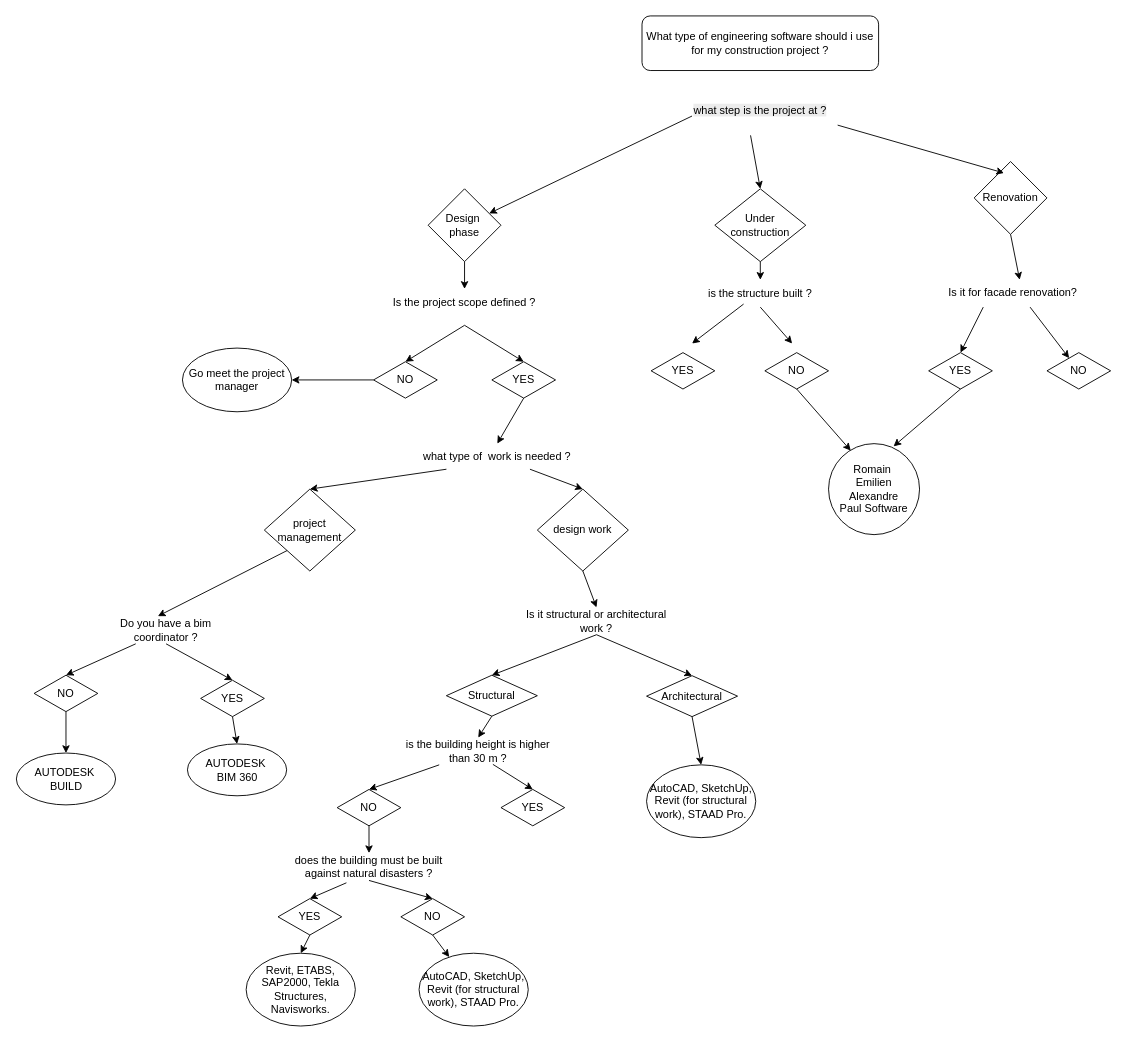
Before: Diagramme sans nom.drawio in alexandreb49/english_project, a draw.io diagram. Source tidied: cells renumbered, new cells numbered last; positions are measured from the earlier drawing's top-left corner, leaving out a move shared by most shapes. Both pictures are drawn from the tidied source at 91%, with x=0, y=0 at pixel (16, 15).
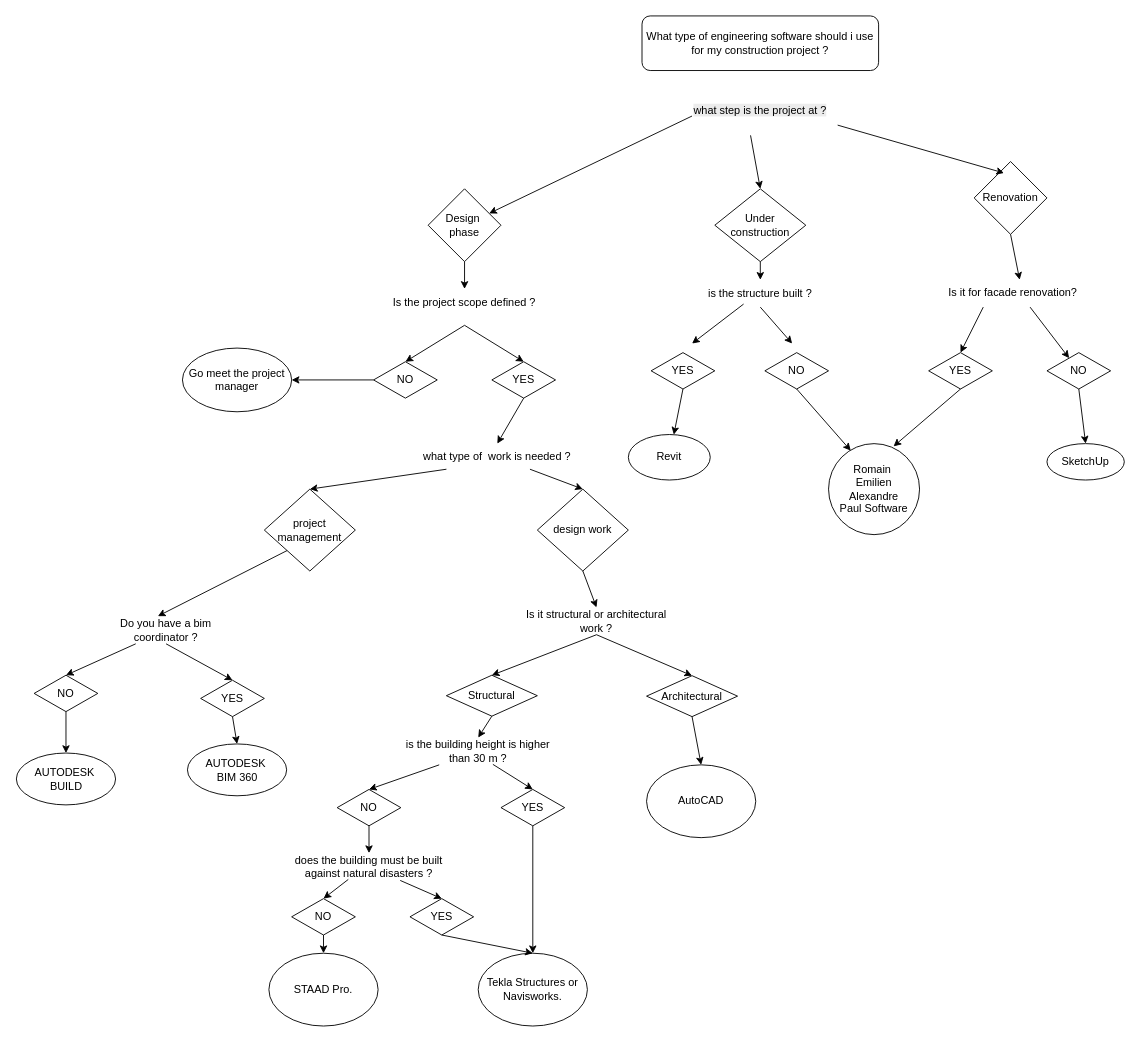
The same page after the edit.

Commit message (it also covers changes not shown here):
Mettre à jour Diagramme sans nom.drawio

Unchanged cells that the change refers to:
```xml
<mxCell id="16" value="does the building must be built against natural disasters ?" style="text;html=1;align=center;verticalAlign=middle;whiteSpace=wrap;rounded=0;" parent="1" vertex="1">
  <mxGeometry x="302" y="920" width="170" height="30" as="geometry" />
</mxCell>
<mxCell id="17" value="YES" style="rhombus;whiteSpace=wrap;html=1;" parent="1" vertex="1">
  <mxGeometry x="532" y="850" width="70" height="40" as="geometry" />
</mxCell>
<mxCell id="24" value="YES" style="rhombus;whiteSpace=wrap;html=1;" parent="1" vertex="1">
  <mxGeometry x="697" y="370" width="70" height="40" as="geometry" />
</mxCell>
<mxCell id="27" value="NO" style="rhombus;whiteSpace=wrap;html=1;" parent="1" vertex="1">
  <mxGeometry x="1132" y="370" width="70" height="40" as="geometry" />
</mxCell>
```

Change to the diagram source:
```diff
@@
+    <mxCell id="73" style="edgeStyle=orthogonalEdgeStyle;rounded=0;jettySize=auto;html=1;" parent="1" edge="1" source="17" target="21">
+      <mxGeometry relative="1" as="geometry" />
+    </mxCell>
@@
     <mxCell id="19" value="YES" style="rhombus;whiteSpace=wrap;html=1;" parent="1" vertex="1">
-      <mxGeometry x="287" y="970" width="70" height="40" as="geometry" />
+      <mxGeometry x="432" y="970" width="70" height="40" as="geometry" />
     </mxCell>
     <mxCell id="20" value="NO" style="rhombus;whiteSpace=wrap;html=1;" parent="1" vertex="1">
-      <mxGeometry x="422" y="970" width="70" height="40" as="geometry" />
+      <mxGeometry x="302" y="970" width="70" height="40" as="geometry" />
     </mxCell>
-    <mxCell id="21" value="Revit, ETABS, SAP2000, Tekla Structures, Navisworks." style="ellipse;whiteSpace=wrap;html=1;" parent="1" vertex="1">
-      <mxGeometry x="252" y="1030" width="120" height="80" as="geometry" />
+    <mxCell id="21" value="Tekla Structures or Navisworks." style="ellipse;whiteSpace=wrap;html=1;" parent="1" vertex="1">
+      <mxGeometry x="507" y="1030" width="120" height="80" as="geometry" />
     </mxCell>
-    <mxCell id="22" value="AutoCAD, SketchUp, Revit (for structural work), STAAD Pro." style="ellipse;whiteSpace=wrap;html=1;" parent="1" vertex="1">
-      <mxGeometry x="442" y="1030" width="120" height="80" as="geometry" />
+    <mxCell id="22" value="STAAD Pro." style="ellipse;whiteSpace=wrap;html=1;" parent="1" vertex="1">
+      <mxGeometry x="277" y="1030" width="120" height="80" as="geometry" />
     </mxCell>
@@
-    <mxCell id="52" value="AutoCAD, SketchUp, Revit (for structural work), STAAD Pro." style="ellipse;whiteSpace=wrap;html=1;" parent="1" vertex="1">
+    <mxCell id="52" value="AutoCAD" style="ellipse;whiteSpace=wrap;html=1;" parent="1" vertex="1">
       <mxGeometry x="692" y="823" width="120" height="80" as="geometry" />
     </mxCell>
@@
-    <mxCell id="57" style="endArrow=classic;html=1;rounded=0;exitX=0.354;exitY=1.087;exitDx=0;exitDy=0;exitPerimeter=0;entryX=0.5;entryY=0;entryDx=0;entryDy=0;" parent="1" edge="1" source="16" target="19">
+    <mxCell id="57" style="endArrow=classic;html=1;rounded=0;entryX=0.5;entryY=0;entryDx=0;entryDy=0;" parent="1" edge="1" source="16" target="19">
       <mxGeometry relative="1" as="geometry" />
     </mxCell>
-    <mxCell id="58" style="endArrow=classic;html=1;rounded=0;exitX=0.5;exitY=1;exitDx=0;exitDy=0;entryX=0.5;entryY=0;entryDx=0;entryDy=0;" parent="1" edge="1" source="16" target="20">
+    <mxCell id="58" style="endArrow=classic;html=1;rounded=0;exitX=0.366;exitY=0.964;exitDx=0;exitDy=0;entryX=0.5;entryY=0;entryDx=0;entryDy=0;exitPerimeter=0;" parent="1" edge="1" source="16" target="20">
       <mxGeometry relative="1" as="geometry" />
     </mxCell>
@@
+    <mxCell id="74" value="SketchUp" style="ellipse;whiteSpace=wrap;html=1;" parent="1" vertex="1">
+      <mxGeometry x="1132" y="470" width="85" height="40" as="geometry" />
+    </mxCell>
+    <mxCell id="75" value="Revit" style="ellipse;whiteSpace=wrap;html=1;" parent="1" vertex="1">
+      <mxGeometry x="672" y="460" width="90" height="50" as="geometry" />
+    </mxCell>
+    <mxCell id="76" style="endArrow=classic;html=1;rounded=0;exitX=0.5;exitY=1;exitDx=0;exitDy=0;entryX=0.5;entryY=0;entryDx=0;entryDy=0;" parent="1" edge="1" source="27" target="74">
+      <mxGeometry relative="1" as="geometry" />
+    </mxCell>
+    <mxCell id="77" style="endArrow=classic;html=1;rounded=0;exitX=0.5;exitY=1;exitDx=0;exitDy=0;" parent="1" edge="1" source="24" target="75">
+      <mxGeometry relative="1" as="geometry" />
+    </mxCell>
```
